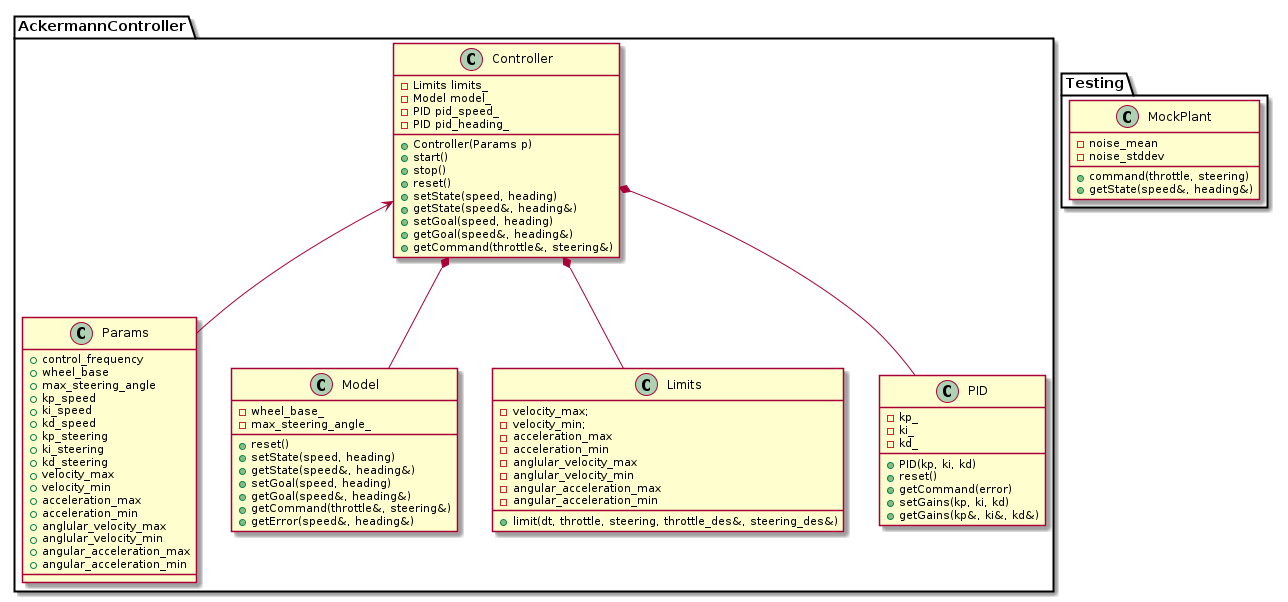
Above: docs/uml/class_diagram.png in danielmohansahu/ackermann-controller (PlantUML), before the change.
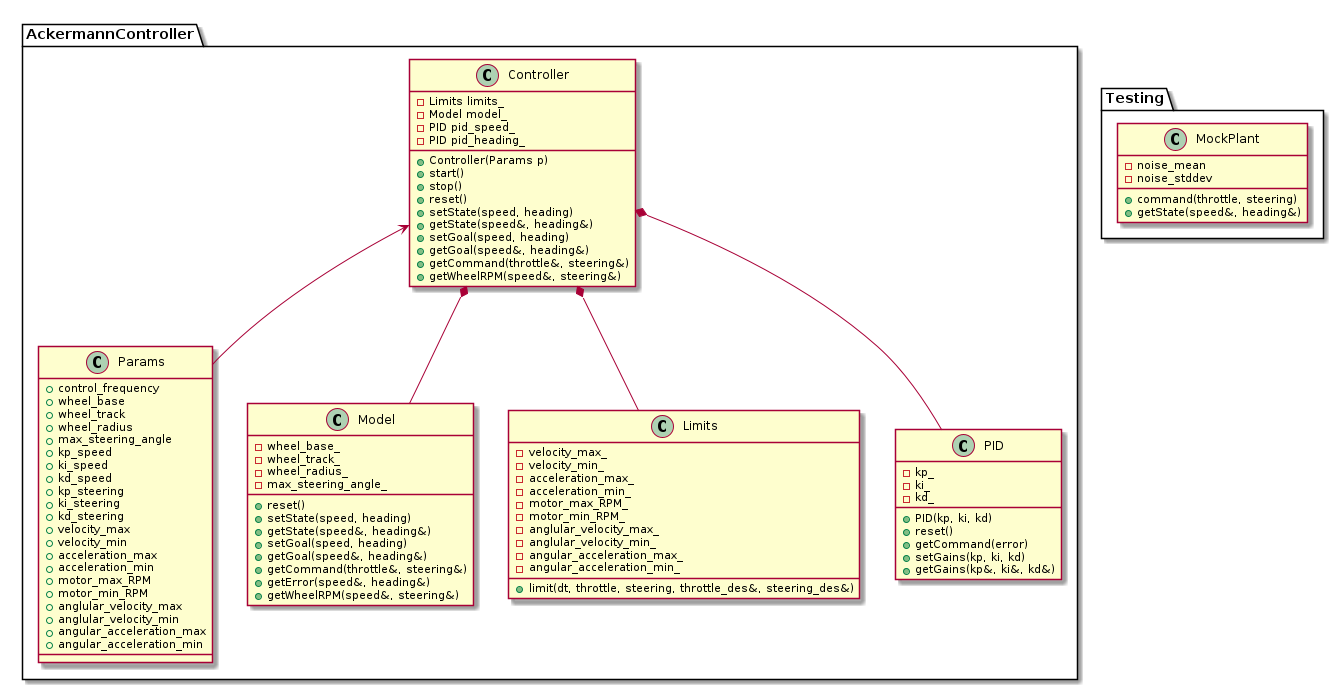
After the commit.

Commit message:
[Task1.9] Updating README file and UML diagrams per class feedback and instructions.

Change to the diagram source:
```diff
@@ -5,6 +5,8 @@
   class Params {
     + control_frequency
     + wheel_base
+    + wheel_track
+    + wheel_radius
     + max_steering_angle
     + kp_speed
     + ki_speed
@@ -16,6 +18,8 @@
     + velocity_min
     + acceleration_max
     + acceleration_min
+    + motor_max_RPM
+    + motor_min_RPM
     + anglular_velocity_max
     + anglular_velocity_min
     + angular_acceleration_max
@@ -32,6 +36,7 @@
    + setGoal(speed, heading)
    + getGoal(speed&, heading&)
    + getCommand(throttle&, steering&)
+   + getWheelRPM(speed&, steering&)
    - Limits limits_
    - Model model_
    - PID pid_speed_
@@ -46,20 +51,25 @@
    + getGoal(speed&, heading&)
    + getCommand(throttle&, steering&)
    + getError(speed&, heading&)
+   + getWheelRPM(speed&, steering&)
    - wheel_base_
+   - wheel_track_
+   - wheel_radius_
    - max_steering_angle_
   }
 
   class Limits {
    + limit(dt, throttle, steering, throttle_des&, steering_des&)
-   - velocity_max;
-   - velocity_min;
-   - acceleration_max
-   - acceleration_min
-   - anglular_velocity_max
-   - anglular_velocity_min
-   - angular_acceleration_max
-   - angular_acceleration_min
+   - velocity_max_
+   - velocity_min_
+   - acceleration_max_
+   - acceleration_min_
+   - motor_max_RPM_
+   - motor_min_RPM_
+   - anglular_velocity_max_
+   - anglular_velocity_min_
+   - angular_acceleration_max_
+   - angular_acceleration_min_
   }
 
   class PID {
```
